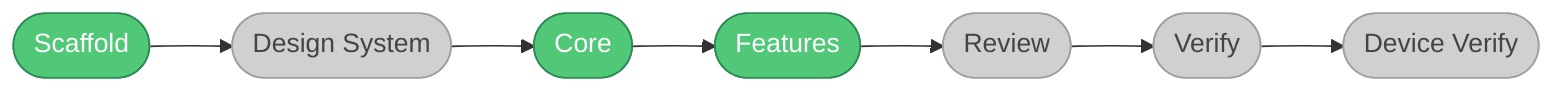
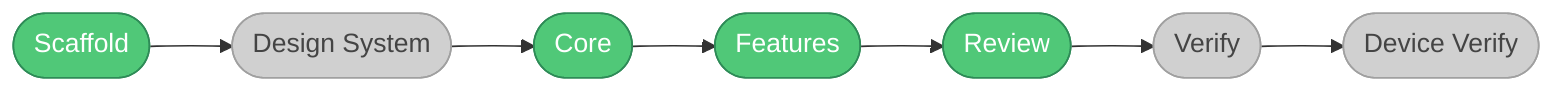
flowchart LR
    S([Scaffold]):::done
    DS([Design System]):::todo
    C([Core]):::done
    F([Features]):::done
-     R([Review]):::todo
+     R([Review]):::done
    V([Verify]):::todo
    DV([Device Verify]):::todo

    S --> DS --> C --> F --> R --> V --> DV

    classDef done fill:#50C878,stroke:#2E8B57,color:#fff
    classDef todo fill:#D0D0D0,stroke:#A0A0A0,color:#444
